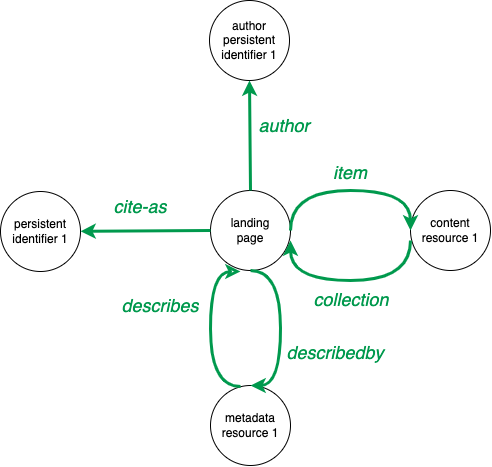
This is webroot/content/guide/signposting/signposting.png from coar-notify/coar-notify.net, a draw.io export, as it was before one commit. Source tidied: cells renumbered, new cells last; positions are measured from the earlier drawing's top-left corner, leaving out a move shared by most shapes.
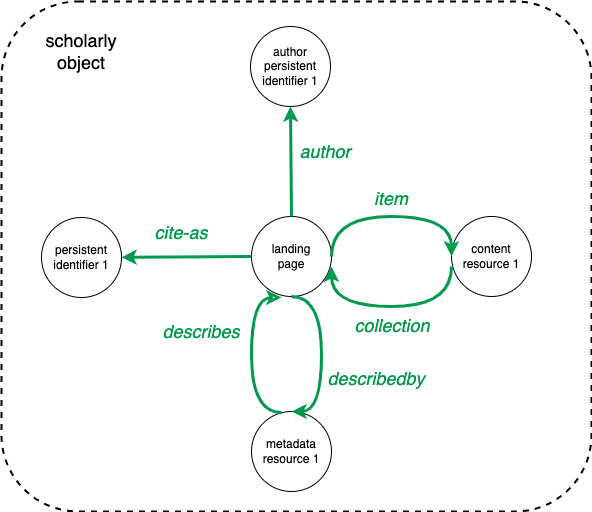
After the change.

The edit, as a diff of the source:
```diff
@@ -77,5 +77,11 @@
     <mxCell id="18" value="&lt;i&gt;&lt;font style=&quot;font-size: 18px; color: rgb(0, 153, 77);&quot;&gt;collection&lt;/font&gt;&lt;/i&gt;" style="text;html=1;align=center;verticalAlign=middle;whiteSpace=wrap;rounded=0;" parent="1" vertex="1">
       <mxGeometry x="321" y="284" width="60" height="30" as="geometry" />
     </mxCell>
+    <mxCell id="19" style="rounded=1;whiteSpace=wrap;html=1;fillColor=none;dashed=1;strokeWidth=2;" parent="1" vertex="1">
+      <mxGeometry x="-40" y="-25" width="590" height="510" as="geometry" />
+    </mxCell>
+    <mxCell id="20" value="&lt;font style=&quot;font-size: 18px;&quot;&gt;scholarly object&lt;/font&gt;" style="text;html=1;align=center;verticalAlign=middle;whiteSpace=wrap;rounded=0;" parent="1" vertex="1">
+      <mxGeometry x="10" y="10" width="60" height="30" as="geometry" />
+    </mxCell>
   </root>
 </mxGraphModel>
```
